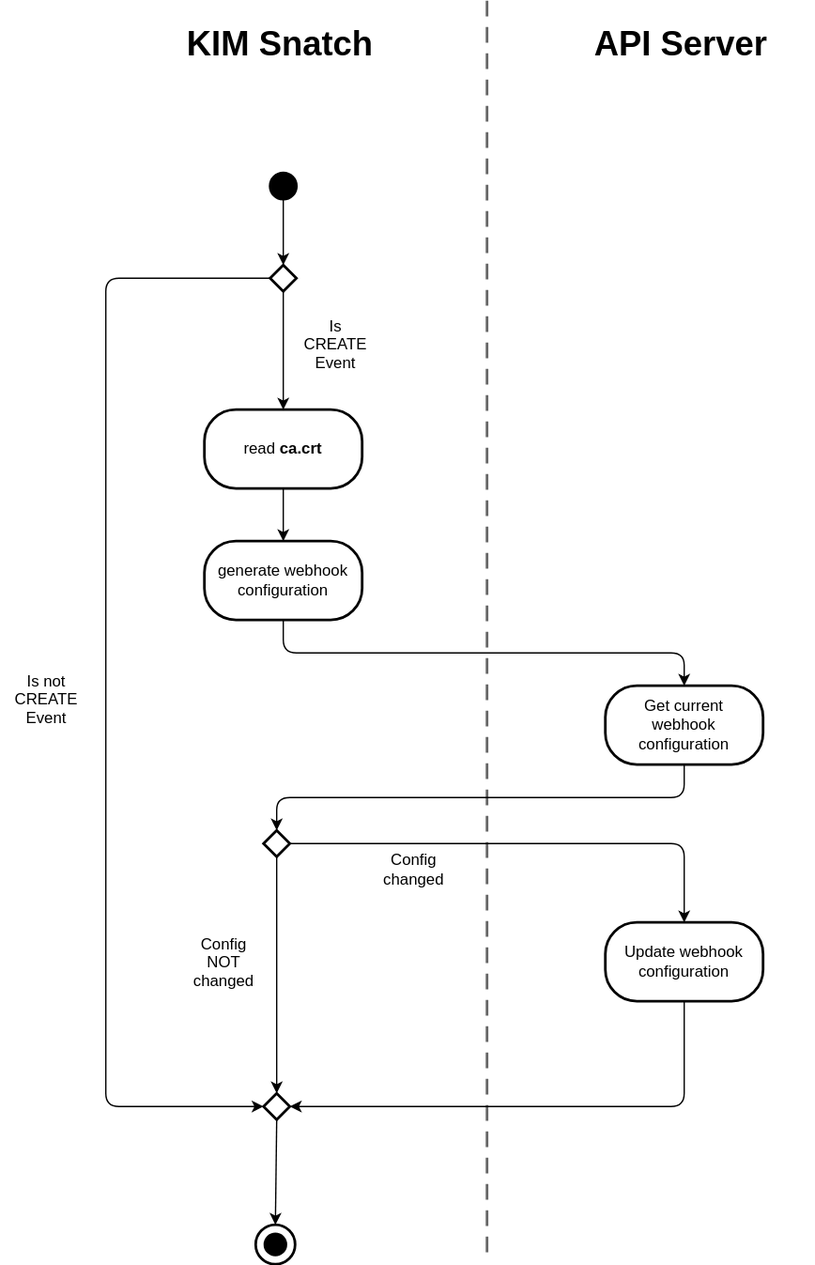
This is docs/operator/assets/regenerate_webhook_configuration.drawio.svg from kyma-project/kim-snatch, a draw.io export, as it was before one commit. Source tidied: cells renumbered, new cells last; positions are measured from the earlier drawing's top-left corner, leaving out a move shared by most shapes. Source of this version:
```xml
<mxGraphModel background="#ffffff">
  <root>
    <mxCell id="0" />
    <mxCell id="1" parent="0" />
    <mxCell id="2" style="shape=partialRectangle;top=0;bottom=0;left=0;fillColor=none;dashed=1;dashPattern=5 5;strokeWidth=2;strokeColor=#666666;verticalAlign=top;fontStyle=1;spacing=0;whiteSpace=wrap;fontFamily=Helvetica;" parent="1" vertex="1">
      <mxGeometry x="145" width="225" height="950" as="geometry" />
    </mxCell>
    <mxCell id="3" style="edgeStyle=none;html=1;exitX=0.5;exitY=1;exitDx=0;exitDy=0;entryX=0.5;entryY=0;entryDx=0;entryDy=0;" parent="1" edge="1" source="4" target="10">
      <mxGeometry relative="1" as="geometry" />
    </mxCell>
    <mxCell id="4" style="ellipse;fillColor=#000000;whiteSpace=wrap;html=1;strokeWidth=2;" parent="1" vertex="1">
      <mxGeometry x="205" y="130" width="20" height="20" as="geometry" />
    </mxCell>
    <mxCell id="5" style="group;" parent="1" vertex="1">
      <mxGeometry x="194" y="930" width="30" height="30" as="geometry" />
    </mxCell>
    <mxCell id="6" style="ellipse;fillColor=#FFFFFF;whiteSpace=wrap;html=1;strokeWidth=2;" parent="5" vertex="1">
      <mxGeometry width="30" height="30" as="geometry" />
    </mxCell>
    <mxCell id="7" style="ellipse;fillColor=#000000;whiteSpace=wrap;html=1;strokeWidth=2;" parent="5" vertex="1">
      <mxGeometry x="7" y="7" width="16" height="16" as="geometry" />
    </mxCell>
    <mxCell id="8" style="edgeStyle=none;html=1;exitX=0.5;exitY=1;exitDx=0;exitDy=0;entryX=0.5;entryY=0;entryDx=0;entryDy=0;" parent="1" edge="1" source="10" target="12">
      <mxGeometry relative="1" as="geometry" />
    </mxCell>
    <mxCell id="9" style="html=1;exitX=0;exitY=0.5;exitDx=0;exitDy=0;entryX=0;entryY=0.5;entryDx=0;entryDy=0;edgeStyle=orthogonalEdgeStyle;" parent="1" edge="1" source="10" target="25">
      <mxGeometry relative="1" as="geometry">
        <Array as="points">
          <mxPoint x="80" y="210" />
          <mxPoint x="80" y="840" />
        </Array>
      </mxGeometry>
    </mxCell>
    <mxCell id="10" style="rhombus;strokeWidth=2;" parent="1" vertex="1">
      <mxGeometry x="205" y="200" width="20" height="20" as="geometry" />
    </mxCell>
    <mxCell id="11" style="edgeStyle=none;html=1;exitX=0.5;exitY=1;exitDx=0;exitDy=0;entryX=0.5;entryY=0;entryDx=0;entryDy=0;" parent="1" edge="1" source="12" target="19">
      <mxGeometry relative="1" as="geometry" />
    </mxCell>
    <mxCell id="12" value="&lt;span style=&quot;white-space-collapse: preserve;&quot;&gt;read &lt;/span&gt;&lt;b&gt;&lt;strong style=&quot;white-space-collapse: preserve;&quot; class=&quot;lexicalTextBold--2D7lm&quot;&gt;ca.crt&lt;/strong&gt;&lt;/b&gt;" style="rounded=1;whiteSpace=wrap;html=1;strokeWidth=2;arcSize=40;" parent="1" vertex="1">
      <mxGeometry x="155" y="310" width="120" height="60" as="geometry" />
    </mxCell>
    <mxCell id="13" value="Is&#10;CREATE&#10;Event" style="text;align=center;verticalAlign=middle;strokeColor=none;fillColor=none;fontSize=12;spacing=2;horizontal=1;labelBackgroundColor=none;textShadow=0;" parent="1" vertex="1">
      <mxGeometry x="220" y="230" width="70" height="60" as="geometry" />
    </mxCell>
    <mxCell id="14" style="edgeStyle=orthogonalEdgeStyle;html=1;exitX=1;exitY=0.5;exitDx=0;exitDy=0;entryX=0.5;entryY=0;entryDx=0;entryDy=0;" parent="1" edge="1" source="16" target="23">
      <mxGeometry relative="1" as="geometry" />
    </mxCell>
    <mxCell id="15" style="edgeStyle=none;html=1;exitX=0.5;exitY=1;exitDx=0;exitDy=0;entryX=0.5;entryY=0;entryDx=0;entryDy=0;" parent="1" edge="1" source="16" target="25">
      <mxGeometry relative="1" as="geometry" />
    </mxCell>
    <mxCell id="16" style="rhombus;strokeWidth=2;" parent="1" vertex="1">
      <mxGeometry x="200" y="630" width="20" height="20" as="geometry" />
    </mxCell>
    <mxCell id="17" value="Is not&#10;CREATE&#10;Event" style="text;align=center;verticalAlign=middle;strokeColor=none;fillColor=none;fontSize=12;spacing=2;horizontal=1;labelBackgroundColor=none;textShadow=0;" parent="1" vertex="1">
      <mxGeometry y="500" width="70" height="60" as="geometry" />
    </mxCell>
    <mxCell id="18" style="edgeStyle=orthogonalEdgeStyle;html=1;exitX=0.5;exitY=1;exitDx=0;exitDy=0;entryX=0.5;entryY=0;entryDx=0;entryDy=0;" parent="1" edge="1" source="19" target="21">
      <mxGeometry relative="1" as="geometry" />
    </mxCell>
    <mxCell id="19" value="&lt;span style=&quot;white-space-collapse: preserve;&quot;&gt;generate webhook &lt;/span&gt;&lt;span style=&quot;white-space-collapse: preserve;&quot;&gt;configuration&lt;/span&gt;" style="rounded=1;whiteSpace=wrap;html=1;strokeWidth=2;arcSize=40;" parent="1" vertex="1">
      <mxGeometry x="155" y="410" width="120" height="60" as="geometry" />
    </mxCell>
    <mxCell id="20" style="edgeStyle=orthogonalEdgeStyle;html=1;exitX=0.5;exitY=1;exitDx=0;exitDy=0;entryX=0.5;entryY=0;entryDx=0;entryDy=0;" parent="1" edge="1" source="21" target="16">
      <mxGeometry relative="1" as="geometry" />
    </mxCell>
    <mxCell id="21" value="Get current &#10;webhook &#10;configuration" style="rounded=1;whiteSpace=wrap;strokeWidth=2;arcSize=40;" parent="1" vertex="1">
      <mxGeometry x="460" y="520" width="120" height="60" as="geometry" />
    </mxCell>
    <mxCell id="22" style="edgeStyle=orthogonalEdgeStyle;html=1;exitX=0.5;exitY=1;exitDx=0;exitDy=0;entryX=1;entryY=0.5;entryDx=0;entryDy=0;" parent="1" edge="1" source="23" target="25">
      <mxGeometry relative="1" as="geometry" />
    </mxCell>
    <mxCell id="23" value="Update webhook&#10;configuration" style="rounded=1;whiteSpace=wrap;strokeWidth=2;arcSize=40;" parent="1" vertex="1">
      <mxGeometry x="460" y="700" width="120" height="60" as="geometry" />
    </mxCell>
    <mxCell id="24" style="edgeStyle=none;html=1;exitX=0.5;exitY=1;exitDx=0;exitDy=0;entryX=0.5;entryY=0;entryDx=0;entryDy=0;" parent="1" edge="1" source="25" target="6">
      <mxGeometry relative="1" as="geometry" />
    </mxCell>
    <mxCell id="25" style="rhombus;strokeWidth=2;" parent="1" vertex="1">
      <mxGeometry x="200" y="830" width="20" height="20" as="geometry" />
    </mxCell>
    <mxCell id="26" value="Config&#10;NOT&#10;changed" style="text;align=center;verticalAlign=middle;strokeColor=none;fillColor=none;" parent="1" vertex="1">
      <mxGeometry x="135" y="700" width="70" height="60" as="geometry" />
    </mxCell>
    <mxCell id="27" value="&lt;span style=&quot;white-space: pre-wrap;&quot;&gt;Config changed&lt;/span&gt;" style="text;html=1;align=center;verticalAlign=middle;strokeColor=none;fillColor=none;" parent="1" vertex="1">
      <mxGeometry x="259" y="645" width="110" height="30" as="geometry" />
    </mxCell>
    <mxCell id="28" value="KIM Snatch" style="text;whiteSpace=wrap;html=1;fontSize=26;fontStyle=1;" parent="1" vertex="1">
      <mxGeometry x="140" y="10" width="170" height="40" as="geometry" />
    </mxCell>
    <mxCell id="29" value="API Server" style="text;whiteSpace=wrap;html=1;fontSize=26;fontStyle=1;" parent="1" vertex="1">
      <mxGeometry x="450" y="10" width="170" height="40" as="geometry" />
    </mxCell>
  </root>
</mxGraphModel>
```
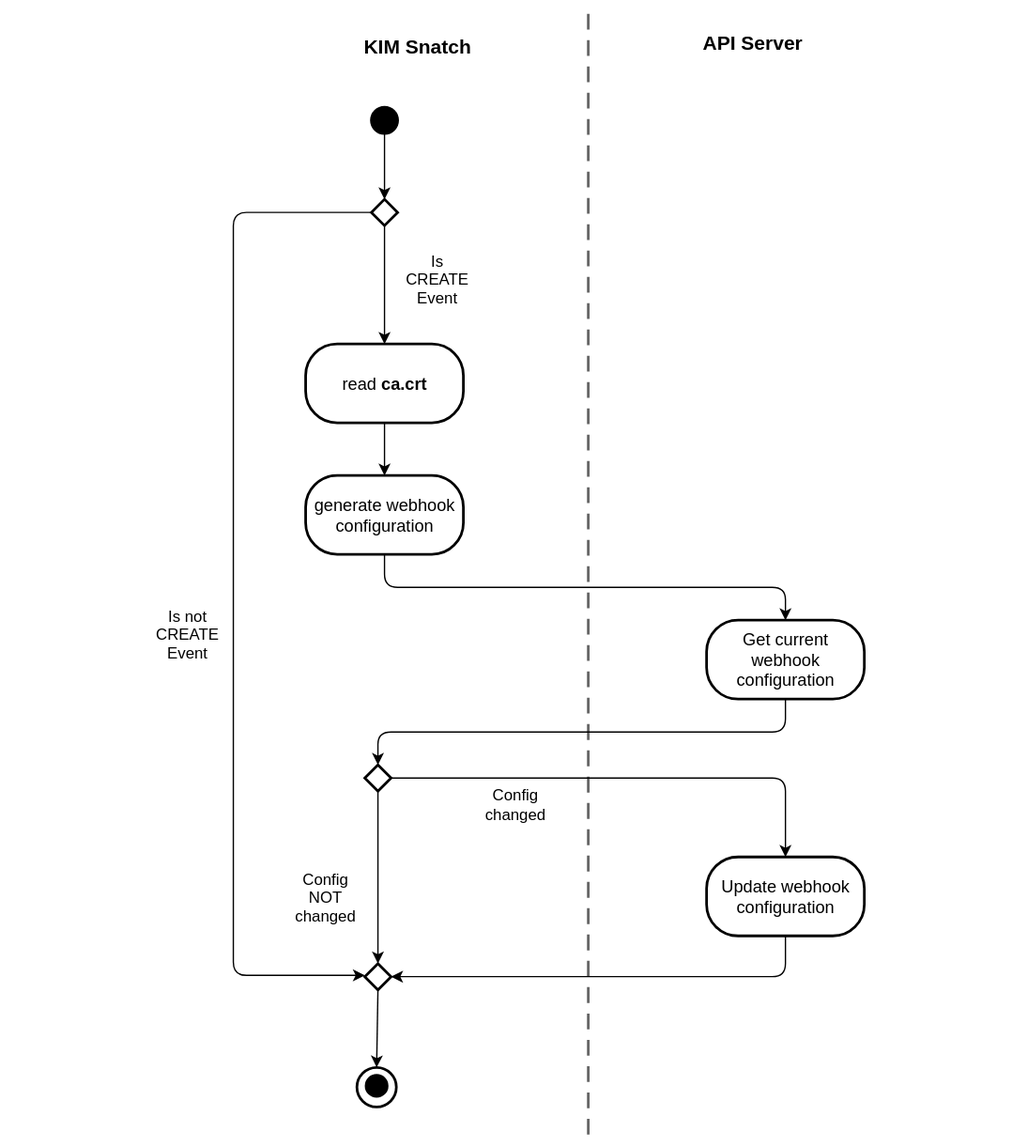
Above is the later version.

Diff of the diagram source:
```diff
@@ -2,8 +2,11 @@
   <root>
     <mxCell id="0" />
     <mxCell id="1" parent="0" />
+    <mxCell id="30" style="whiteSpace=wrap;html=1;strokeColor=none;" parent="1" vertex="1">
+      <mxGeometry x="-76" y="50" width="780" height="870" as="geometry" />
+    </mxCell>
     <mxCell id="2" style="shape=partialRectangle;top=0;bottom=0;left=0;fillColor=none;dashed=1;dashPattern=5 5;strokeWidth=2;strokeColor=#666666;verticalAlign=top;fontStyle=1;spacing=0;whiteSpace=wrap;fontFamily=Helvetica;" parent="1" vertex="1">
-      <mxGeometry x="145" width="225" height="950" as="geometry" />
+      <mxGeometry x="145" y="60" width="225" height="850" as="geometry" />
     </mxCell>
     <mxCell id="3" style="edgeStyle=none;html=1;exitX=0.5;exitY=1;exitDx=0;exitDy=0;entryX=0.5;entryY=0;entryDx=0;entryDy=0;" parent="1" edge="1" source="4" target="10">
       <mxGeometry relative="1" as="geometry" />
@@ -12,13 +15,13 @@
       <mxGeometry x="205" y="130" width="20" height="20" as="geometry" />
     </mxCell>
     <mxCell id="5" style="group;" parent="1" vertex="1">
-      <mxGeometry x="194" y="930" width="30" height="30" as="geometry" />
+      <mxGeometry x="194" y="860" width="30" height="30" as="geometry" />
     </mxCell>
     <mxCell id="6" style="ellipse;fillColor=#FFFFFF;whiteSpace=wrap;html=1;strokeWidth=2;" parent="5" vertex="1">
       <mxGeometry width="30" height="30" as="geometry" />
     </mxCell>
     <mxCell id="7" style="ellipse;fillColor=#000000;whiteSpace=wrap;html=1;strokeWidth=2;" parent="5" vertex="1">
-      <mxGeometry x="7" y="7" width="16" height="16" as="geometry" />
+      <mxGeometry x="7" y="6" width="16" height="16" as="geometry" />
     </mxCell>
     <mxCell id="8" style="edgeStyle=none;html=1;exitX=0.5;exitY=1;exitDx=0;exitDy=0;entryX=0.5;entryY=0;entryDx=0;entryDy=0;" parent="1" edge="1" source="10" target="12">
       <mxGeometry relative="1" as="geometry" />
@@ -26,8 +29,9 @@
     <mxCell id="9" style="html=1;exitX=0;exitY=0.5;exitDx=0;exitDy=0;entryX=0;entryY=0.5;entryDx=0;entryDy=0;edgeStyle=orthogonalEdgeStyle;" parent="1" edge="1" source="10" target="25">
       <mxGeometry relative="1" as="geometry">
         <Array as="points">
-          <mxPoint x="80" y="210" />
-          <mxPoint x="80" y="840" />
+          <mxPoint x="100" y="210" />
+          <mxPoint x="100" y="790" />
+          <mxPoint x="200" y="790" />
         </Array>
       </mxGeometry>
     </mxCell>
@@ -37,7 +41,7 @@
     <mxCell id="11" style="edgeStyle=none;html=1;exitX=0.5;exitY=1;exitDx=0;exitDy=0;entryX=0.5;entryY=0;entryDx=0;entryDy=0;" parent="1" edge="1" source="12" target="19">
       <mxGeometry relative="1" as="geometry" />
     </mxCell>
-    <mxCell id="12" value="&lt;span style=&quot;white-space-collapse: preserve;&quot;&gt;read &lt;/span&gt;&lt;b&gt;&lt;strong style=&quot;white-space-collapse: preserve;&quot; class=&quot;lexicalTextBold--2D7lm&quot;&gt;ca.crt&lt;/strong&gt;&lt;/b&gt;" style="rounded=1;whiteSpace=wrap;html=1;strokeWidth=2;arcSize=40;" parent="1" vertex="1">
+    <mxCell id="12" value="&lt;span style=&quot;white-space-collapse: preserve;&quot;&gt;read &lt;/span&gt;&lt;b&gt;&lt;strong class=&quot;lexicalTextBold--2D7lm&quot; style=&quot;white-space-collapse: preserve;&quot;&gt;ca.crt&lt;/strong&gt;&lt;/b&gt;" style="rounded=1;whiteSpace=wrap;html=1;strokeWidth=2;arcSize=40;fontSize=13;" parent="1" vertex="1">
       <mxGeometry x="155" y="310" width="120" height="60" as="geometry" />
     </mxCell>
     <mxCell id="13" value="Is&#10;CREATE&#10;Event" style="text;align=center;verticalAlign=middle;strokeColor=none;fillColor=none;fontSize=12;spacing=2;horizontal=1;labelBackgroundColor=none;textShadow=0;" parent="1" vertex="1">
@@ -53,43 +57,45 @@
       <mxGeometry x="200" y="630" width="20" height="20" as="geometry" />
     </mxCell>
     <mxCell id="17" value="Is not&#10;CREATE&#10;Event" style="text;align=center;verticalAlign=middle;strokeColor=none;fillColor=none;fontSize=12;spacing=2;horizontal=1;labelBackgroundColor=none;textShadow=0;" parent="1" vertex="1">
-      <mxGeometry y="500" width="70" height="60" as="geometry" />
+      <mxGeometry x="30" y="500" width="70" height="60" as="geometry" />
     </mxCell>
     <mxCell id="18" style="edgeStyle=orthogonalEdgeStyle;html=1;exitX=0.5;exitY=1;exitDx=0;exitDy=0;entryX=0.5;entryY=0;entryDx=0;entryDy=0;" parent="1" edge="1" source="19" target="21">
       <mxGeometry relative="1" as="geometry" />
     </mxCell>
-    <mxCell id="19" value="&lt;span style=&quot;white-space-collapse: preserve;&quot;&gt;generate webhook &lt;/span&gt;&lt;span style=&quot;white-space-collapse: preserve;&quot;&gt;configuration&lt;/span&gt;" style="rounded=1;whiteSpace=wrap;html=1;strokeWidth=2;arcSize=40;" parent="1" vertex="1">
+    <mxCell id="19" value="&lt;span style=&quot;white-space-collapse: preserve;&quot;&gt;generate webhook &lt;/span&gt;&lt;span style=&quot;white-space-collapse: preserve;&quot;&gt;configuration&lt;/span&gt;" style="rounded=1;whiteSpace=wrap;html=1;strokeWidth=2;arcSize=40;fontSize=13;" parent="1" vertex="1">
       <mxGeometry x="155" y="410" width="120" height="60" as="geometry" />
     </mxCell>
     <mxCell id="20" style="edgeStyle=orthogonalEdgeStyle;html=1;exitX=0.5;exitY=1;exitDx=0;exitDy=0;entryX=0.5;entryY=0;entryDx=0;entryDy=0;" parent="1" edge="1" source="21" target="16">
       <mxGeometry relative="1" as="geometry" />
     </mxCell>
-    <mxCell id="21" value="Get current &#10;webhook &#10;configuration" style="rounded=1;whiteSpace=wrap;strokeWidth=2;arcSize=40;" parent="1" vertex="1">
+    <mxCell id="21" value="Get current &#10;webhook &#10;configuration" style="rounded=1;whiteSpace=wrap;strokeWidth=2;arcSize=40;fontSize=13;" parent="1" vertex="1">
       <mxGeometry x="460" y="520" width="120" height="60" as="geometry" />
     </mxCell>
     <mxCell id="22" style="edgeStyle=orthogonalEdgeStyle;html=1;exitX=0.5;exitY=1;exitDx=0;exitDy=0;entryX=1;entryY=0.5;entryDx=0;entryDy=0;" parent="1" edge="1" source="23" target="25">
       <mxGeometry relative="1" as="geometry" />
     </mxCell>
-    <mxCell id="23" value="Update webhook&#10;configuration" style="rounded=1;whiteSpace=wrap;strokeWidth=2;arcSize=40;" parent="1" vertex="1">
+    <mxCell id="23" value="Update webhook&#10;configuration" style="rounded=1;whiteSpace=wrap;strokeWidth=2;arcSize=40;fontSize=13;" parent="1" vertex="1">
       <mxGeometry x="460" y="700" width="120" height="60" as="geometry" />
     </mxCell>
-    <mxCell id="24" style="edgeStyle=none;html=1;exitX=0.5;exitY=1;exitDx=0;exitDy=0;entryX=0.5;entryY=0;entryDx=0;entryDy=0;" parent="1" edge="1" source="25" target="6">
-      <mxGeometry relative="1" as="geometry" />
+    <mxCell id="24" style="edgeStyle=none;html=1;exitX=0.5;exitY=1;exitDx=0;exitDy=0;" parent="1" edge="1" source="25">
+      <mxGeometry relative="1" as="geometry">
+        <mxPoint x="209" y="860" as="targetPoint" />
+      </mxGeometry>
     </mxCell>
     <mxCell id="25" style="rhombus;strokeWidth=2;" parent="1" vertex="1">
-      <mxGeometry x="200" y="830" width="20" height="20" as="geometry" />
+      <mxGeometry x="200" y="781" width="20" height="20" as="geometry" />
     </mxCell>
-    <mxCell id="26" value="Config&#10;NOT&#10;changed" style="text;align=center;verticalAlign=middle;strokeColor=none;fillColor=none;" parent="1" vertex="1">
+    <mxCell id="26" value="Config&#10;NOT&#10;changed" style="text;align=center;verticalAlign=middle;strokeColor=none;fillColor=none;fontSize=12;" parent="1" vertex="1">
       <mxGeometry x="135" y="700" width="70" height="60" as="geometry" />
     </mxCell>
-    <mxCell id="27" value="&lt;span style=&quot;white-space: pre-wrap;&quot;&gt;Config changed&lt;/span&gt;" style="text;html=1;align=center;verticalAlign=middle;strokeColor=none;fillColor=none;" parent="1" vertex="1">
+    <mxCell id="27" value="&lt;span style=&quot;white-space: pre-wrap;&quot;&gt;Config changed&lt;/span&gt;" style="text;html=1;align=center;verticalAlign=middle;strokeColor=none;fillColor=none;fontSize=12;" parent="1" vertex="1">
       <mxGeometry x="259" y="645" width="110" height="30" as="geometry" />
     </mxCell>
-    <mxCell id="28" value="KIM Snatch" style="text;whiteSpace=wrap;html=1;fontSize=26;fontStyle=1;" parent="1" vertex="1">
-      <mxGeometry x="140" y="10" width="170" height="40" as="geometry" />
+    <mxCell id="28" value="&lt;font style=&quot;font-size: 15px;&quot;&gt;KIM Snatch&lt;/font&gt;" style="text;whiteSpace=wrap;html=1;fontSize=26;fontStyle=1;align=center;verticalAlign=middle;" parent="1" vertex="1">
+      <mxGeometry x="155" y="60" width="170" height="40" as="geometry" />
     </mxCell>
-    <mxCell id="29" value="API Server" style="text;whiteSpace=wrap;html=1;fontSize=26;fontStyle=1;" parent="1" vertex="1">
-      <mxGeometry x="450" y="10" width="170" height="40" as="geometry" />
+    <mxCell id="29" value="API Server" style="text;whiteSpace=wrap;html=1;fontSize=15;fontStyle=1;align=center;verticalAlign=middle;" parent="1" vertex="1">
+      <mxGeometry x="410" y="60" width="170" height="40" as="geometry" />
     </mxCell>
   </root>
 </mxGraphModel>
```
